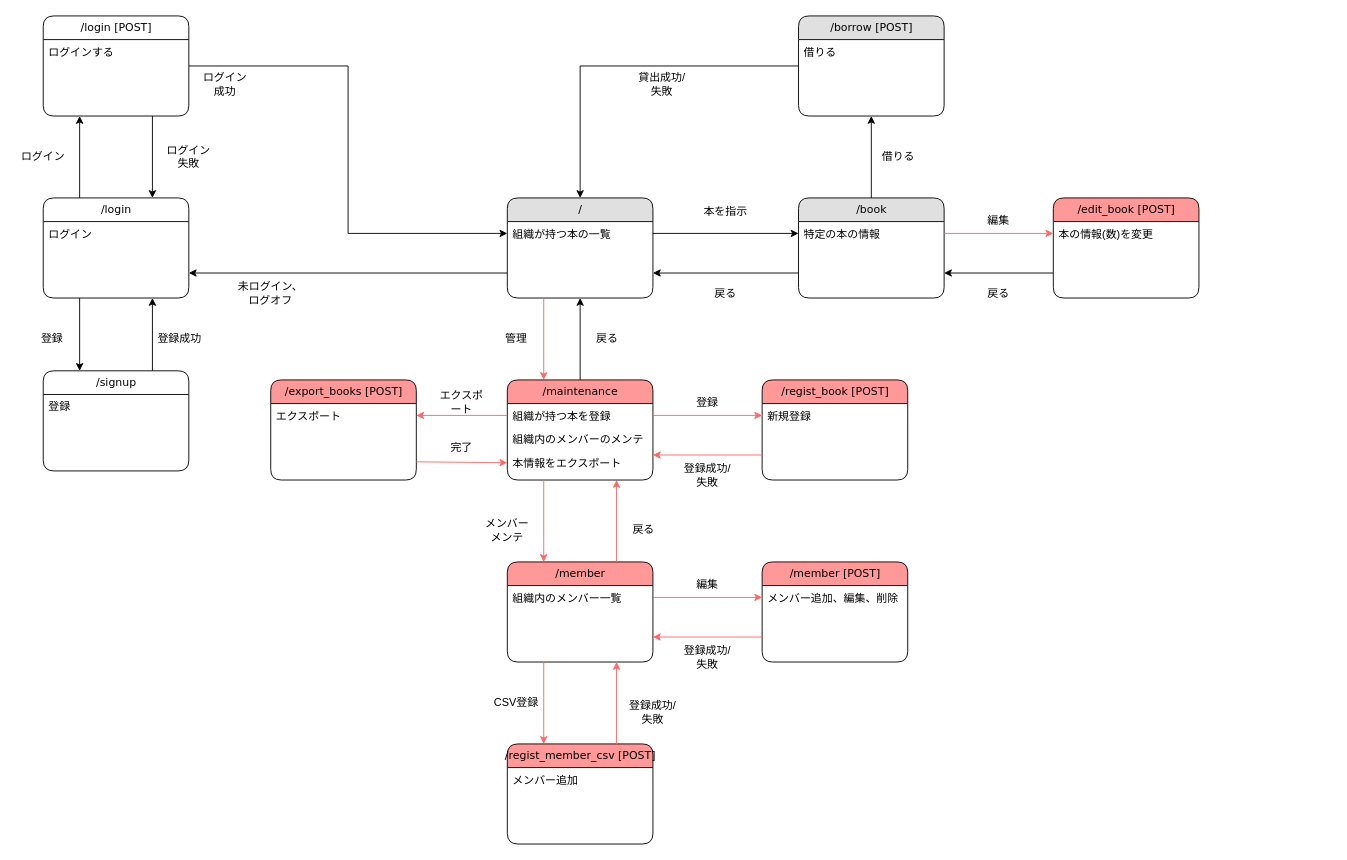
Before: doc/screen_transition_diagram.drawio in yo16/bookshelf_2023, a draw.io diagram. Source tidied: cells renumbered, new cells numbered last; positions are measured from the earlier drawing's top-left corner, leaving out a move shared by most shapes. Both pictures are drawn from the tidied source at 91%, with x=0, y=0 at pixel (15, 15).
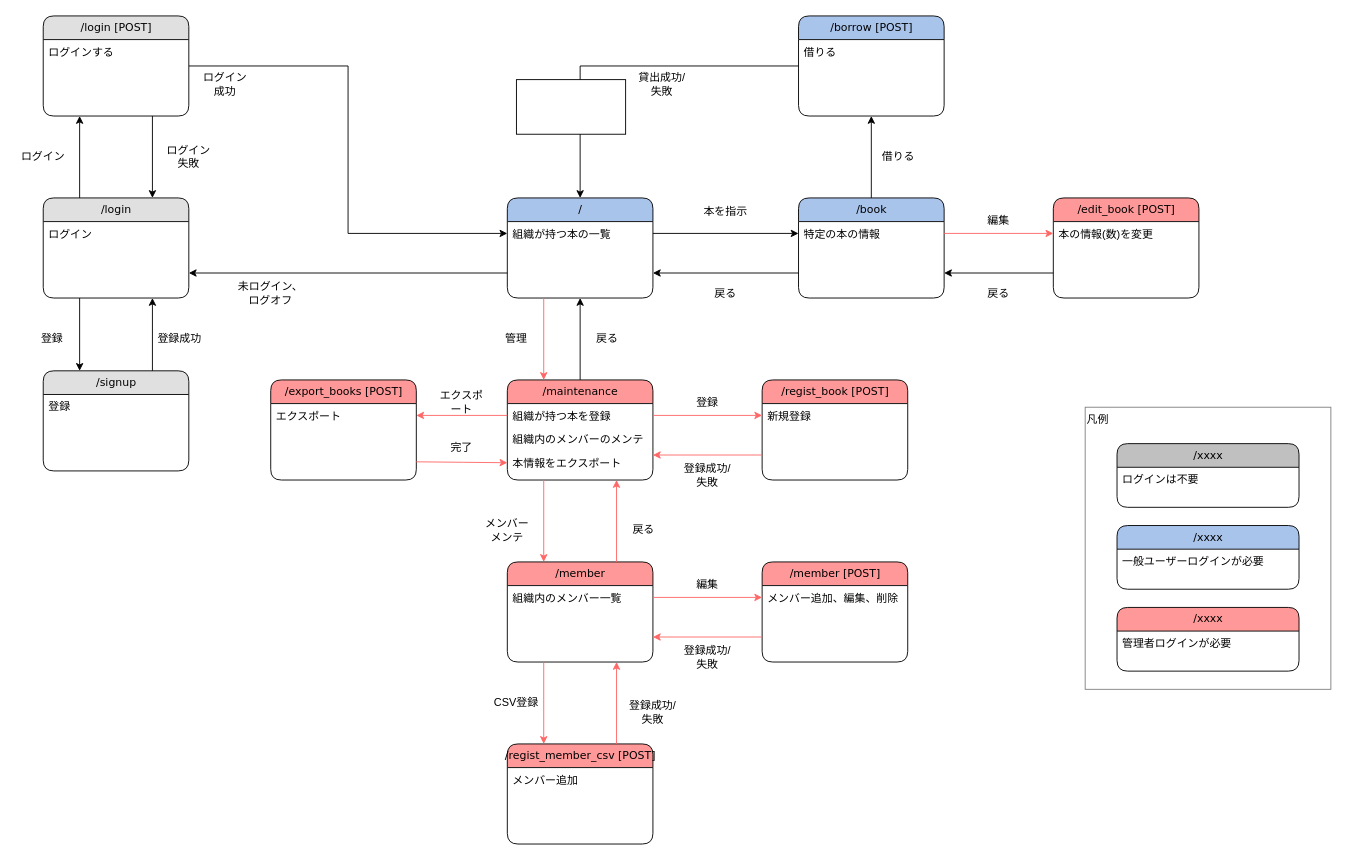
The same page after the edit.

The edit, as a diff of the source:
```diff
@@
+    <mxCell id="78" value="凡例" style="rounded=0;whiteSpace=wrap;html=1;align=left;verticalAlign=top;strokeColor=#808080;" parent="1" vertex="1">
+      <mxGeometry x="1175" y="430" width="270" height="310" as="geometry" />
+    </mxCell>
@@
-    <mxCell id="3" value="/login" style="swimlane;html=1;fontStyle=0;horizontal=1;startSize=26;fillColor=#FFFFFF;swimlaneFillColor=#ffffff;align=center;rounded=1;shadow=0;comic=0;labelBackgroundColor=none;strokeWidth=1;fontFamily=Verdana;fontSize=12;" parent="1" vertex="1">
+    <mxCell id="3" value="/login" style="swimlane;html=1;fontStyle=0;horizontal=1;startSize=26;fillColor=#E0E0E0;swimlaneFillColor=#ffffff;align=center;rounded=1;shadow=0;comic=0;labelBackgroundColor=none;strokeWidth=1;fontFamily=Verdana;fontSize=12;" parent="1" vertex="1">
       <mxGeometry x="30" y="200" width="160" height="110" as="geometry" />
     </mxCell>
@@
-    <mxCell id="5" value="/" style="swimlane;html=1;fontStyle=0;horizontal=1;startSize=26;fillColor=#e0e0e0;swimlaneFillColor=#ffffff;align=center;rounded=1;shadow=0;comic=0;labelBackgroundColor=none;strokeWidth=1;fontFamily=Verdana;fontSize=12;" parent="1" vertex="1">
+    <mxCell id="5" value="/" style="swimlane;html=1;fontStyle=0;horizontal=1;startSize=26;fillColor=#A9C4EB;swimlaneFillColor=#ffffff;align=center;rounded=1;shadow=0;comic=0;labelBackgroundColor=none;strokeWidth=1;fontFamily=Verdana;fontSize=12;" parent="1" vertex="1">
       <mxGeometry x="540" y="200" width="160" height="110" as="geometry" />
     </mxCell>
@@
-    <mxCell id="8" value="/signup" style="swimlane;html=1;fontStyle=0;horizontal=1;startSize=26;fillColor=#FFFFFF;swimlaneFillColor=#ffffff;align=center;rounded=1;shadow=0;comic=0;labelBackgroundColor=none;strokeWidth=1;fontFamily=Verdana;fontSize=12;" parent="1" vertex="1">
+    <mxCell id="8" value="/signup" style="swimlane;html=1;fontStyle=0;horizontal=1;startSize=26;fillColor=#E0E0E0;swimlaneFillColor=#ffffff;align=center;rounded=1;shadow=0;comic=0;labelBackgroundColor=none;strokeWidth=1;fontFamily=Verdana;fontSize=12;" parent="1" vertex="1">
       <mxGeometry x="30" y="390" width="160" height="110" as="geometry" />
     </mxCell>
@@
-    <mxCell id="17" value="/book" style="swimlane;html=1;fontStyle=0;horizontal=1;startSize=26;fillColor=#e0e0e0;swimlaneFillColor=#ffffff;align=center;rounded=1;shadow=0;comic=0;labelBackgroundColor=none;strokeWidth=1;fontFamily=Verdana;fontSize=12;" parent="1" vertex="1">
+    <mxCell id="17" value="/book" style="swimlane;html=1;fontStyle=0;horizontal=1;startSize=26;fillColor=#A9C4EB;swimlaneFillColor=#ffffff;align=center;rounded=1;shadow=0;comic=0;labelBackgroundColor=none;strokeWidth=1;fontFamily=Verdana;fontSize=12;" parent="1" vertex="1">
       <mxGeometry x="860" y="200" width="160" height="110" as="geometry" />
     </mxCell>
@@
-    <mxCell id="31" value="/borrow [POST]" style="swimlane;html=1;fontStyle=0;horizontal=1;startSize=26;fillColor=#e0e0e0;swimlaneFillColor=#ffffff;align=center;rounded=1;shadow=0;comic=0;labelBackgroundColor=none;strokeWidth=1;fontFamily=Verdana;fontSize=12;" parent="1" vertex="1">
+    <mxCell id="31" value="/borrow [POST]" style="swimlane;html=1;fontStyle=0;horizontal=1;startSize=26;fillColor=#A9C4EB;swimlaneFillColor=#ffffff;align=center;rounded=1;shadow=0;comic=0;labelBackgroundColor=none;strokeWidth=1;fontFamily=Verdana;fontSize=12;" parent="1" vertex="1">
       <mxGeometry x="860" width="160" height="110" as="geometry" />
     </mxCell>
@@
-    <mxCell id="37" value="/login [POST]" style="swimlane;html=1;fontStyle=0;horizontal=1;startSize=26;fillColor=#FFFFFF;swimlaneFillColor=#ffffff;align=center;rounded=1;shadow=0;comic=0;labelBackgroundColor=none;strokeWidth=1;fontFamily=Verdana;fontSize=12;" parent="1" vertex="1">
+    <mxCell id="37" value="/login [POST]" style="swimlane;html=1;fontStyle=0;horizontal=1;startSize=26;fillColor=#E0E0E0;swimlaneFillColor=#ffffff;align=center;rounded=1;shadow=0;comic=0;labelBackgroundColor=none;strokeWidth=1;fontFamily=Verdana;fontSize=12;" parent="1" vertex="1">
       <mxGeometry x="30" width="160" height="110" as="geometry" />
     </mxCell>
@@
+    <mxCell id="79" value="/xxxx" style="swimlane;html=1;fontStyle=0;horizontal=1;startSize=26;fillColor=#A9C4EB;swimlaneFillColor=#ffffff;align=center;rounded=1;shadow=0;comic=0;labelBackgroundColor=none;strokeWidth=1;fontFamily=Verdana;fontSize=12;" parent="1" vertex="1">
+      <mxGeometry x="1210" y="560" width="200" height="70" as="geometry" />
+    </mxCell>
+    <mxCell id="80" value="一般ユーザーログインが必要" style="text;html=1;strokeColor=none;fillColor=none;spacingLeft=4;spacingRight=4;whiteSpace=wrap;overflow=hidden;" parent="79" vertex="1">
+      <mxGeometry y="26" width="200" height="26" as="geometry" />
+    </mxCell>
+    <mxCell id="81" value="/xxxx" style="swimlane;html=1;fontStyle=0;horizontal=1;startSize=26;fillColor=#FF9999;swimlaneFillColor=#ffffff;align=center;rounded=1;shadow=0;comic=0;labelBackgroundColor=none;strokeWidth=1;fontFamily=Verdana;fontSize=12;" parent="1" vertex="1">
+      <mxGeometry x="1210" y="650" width="200" height="70" as="geometry" />
+    </mxCell>
+    <mxCell id="82" value="管理者ログインが必要" style="text;html=1;strokeColor=none;fillColor=none;spacingLeft=4;spacingRight=4;whiteSpace=wrap;overflow=hidden;" parent="81" vertex="1">
+      <mxGeometry y="26" width="200" height="26" as="geometry" />
+    </mxCell>
+    <mxCell id="83" value="/xxxx" style="swimlane;html=1;fontStyle=0;horizontal=1;startSize=26;fillColor=#C0C0C0;swimlaneFillColor=#ffffff;align=center;rounded=1;shadow=0;comic=0;labelBackgroundColor=none;strokeWidth=1;fontFamily=Verdana;fontSize=12;" parent="1" vertex="1">
+      <mxGeometry x="1210" y="470" width="200" height="70" as="geometry" />
+    </mxCell>
+    <mxCell id="84" value="ログインは不要" style="text;html=1;strokeColor=none;fillColor=none;spacingLeft=4;spacingRight=4;whiteSpace=wrap;overflow=hidden;" parent="83" vertex="1">
+      <mxGeometry y="26" width="200" height="26" as="geometry" />
+    </mxCell>
+    <mxCell id="85" style="rounded=0;whiteSpace=wrap;html=1;" parent="1" vertex="1">
+      <mxGeometry x="550" y="70" width="120" height="60" as="geometry" />
+    </mxCell>
```
